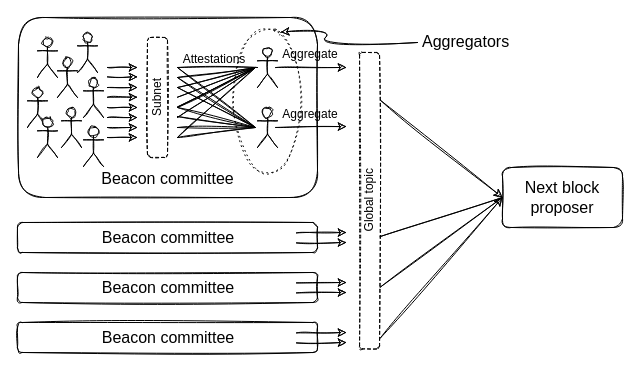
Above: src/diagrams/aggregators.drawio in benjaminion/upgrading-ethereum-book (draw.io), before the change. Source tidied: cells renumbered, new cells numbered last; positions are measured from the earlier drawing's top-left corner, leaving out a move shared by most shapes. Both pictures are drawn from the tidied source at 100%, with x=0, y=0 at pixel (17, 17).
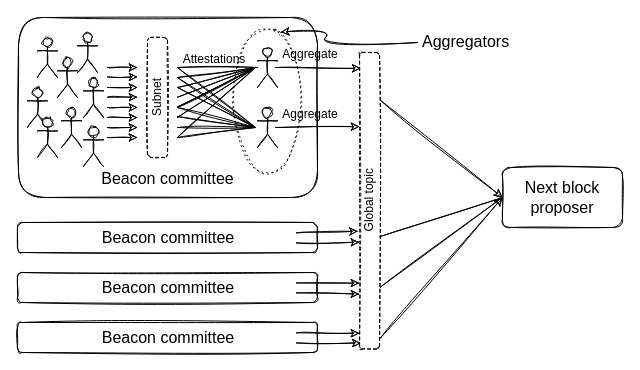
After the change.

Unchanged cells that the change refers to:
```xml
<mxCell id="3" style="rounded=1;whiteSpace=wrap;html=1;sketch=1;fillColor=none;" parent="1" vertex="1">
  <mxGeometry x="1" width="299" height="180" as="geometry" />
</mxCell>
<mxCell id="40" value="&lt;div&gt;&lt;font face=&quot;Gloria Hallelujah&quot;&gt;Global topic&lt;/font&gt;&lt;/div&gt;" style="rounded=1;whiteSpace=wrap;html=1;sketch=1;rotation=-90;dashed=1;" parent="1" vertex="1">
  <mxGeometry x="203.8" y="173.2" width="296.5" height="20" as="geometry" />
</mxCell>
```

Diff of the diagram source:
```diff
@@
-    <mxCell id="38" style="endArrow=classic;html=1;sketch=1;exitX=0.86;exitY=0.278;exitDx=0;exitDy=0;exitPerimeter=0;" parent="1" edge="1" source="3">
-      <mxGeometry relative="1" as="geometry">
-        <mxPoint x="329" y="50" as="targetPoint" />
-      </mxGeometry>
+    <mxCell id="38" style="endArrow=classic;html=1;sketch=1;exitX=0.86;exitY=0.278;exitDx=0;exitDy=0;exitPerimeter=0;entryX=0.946;entryY=0.062;entryDx=0;entryDy=0;entryPerimeter=0;" parent="1" edge="1" source="3" target="40">
+      <mxGeometry relative="1" as="geometry" />
     </mxCell>
-    <mxCell id="39" style="endArrow=classic;html=1;sketch=1;exitX=0.86;exitY=0.611;exitDx=0;exitDy=0;exitPerimeter=0;" parent="1" edge="1" source="3">
-      <mxGeometry relative="1" as="geometry">
-        <mxPoint x="329" y="109" as="targetPoint" />
-      </mxGeometry>
+    <mxCell id="39" style="endArrow=classic;html=1;sketch=1;exitX=0.86;exitY=0.611;exitDx=0;exitDy=0;exitPerimeter=0;entryX=0.75;entryY=0;entryDx=0;entryDy=0;" parent="1" edge="1" source="3" target="40">
+      <mxGeometry relative="1" as="geometry" />
     </mxCell>
@@
-    <mxCell id="44" style="endArrow=classic;html=1;sketch=1;" parent="1" edge="1">
+    <mxCell id="44" style="endArrow=classic;html=1;sketch=1;entryX=0.397;entryY=-0.076;entryDx=0;entryDy=0;entryPerimeter=0;" parent="1" edge="1" target="40">
       <mxGeometry relative="1" as="geometry">
         <mxPoint x="279" y="215.4" as="sourcePoint" />
-        <mxPoint x="329" y="215" as="targetPoint" />
       </mxGeometry>
     </mxCell>
-    <mxCell id="45" style="endArrow=classic;html=1;sketch=1;" parent="1" edge="1">
+    <mxCell id="45" style="endArrow=classic;html=1;sketch=1;entryX=0.36;entryY=-0.007;entryDx=0;entryDy=0;entryPerimeter=0;" parent="1" edge="1" target="40">
       <mxGeometry relative="1" as="geometry">
         <mxPoint x="279" y="225.4" as="sourcePoint" />
-        <mxPoint x="329" y="225" as="targetPoint" />
       </mxGeometry>
     </mxCell>
-    <mxCell id="46" style="endArrow=classic;html=1;sketch=1;" parent="1" edge="1">
+    <mxCell id="46" style="endArrow=classic;html=1;sketch=1;entryX=0.222;entryY=-0.007;entryDx=0;entryDy=0;entryPerimeter=0;" parent="1" edge="1" target="40">
       <mxGeometry relative="1" as="geometry">
         <mxPoint x="279" y="265.4" as="sourcePoint" />
-        <mxPoint x="329" y="265" as="targetPoint" />
       </mxGeometry>
     </mxCell>
-    <mxCell id="47" style="endArrow=classic;html=1;sketch=1;" parent="1" edge="1">
+    <mxCell id="47" style="endArrow=classic;html=1;sketch=1;entryX=0.185;entryY=-0.007;entryDx=0;entryDy=0;entryPerimeter=0;" parent="1" edge="1" target="40">
       <mxGeometry relative="1" as="geometry">
         <mxPoint x="279" y="275.4" as="sourcePoint" />
-        <mxPoint x="329" y="275" as="targetPoint" />
       </mxGeometry>
     </mxCell>
-    <mxCell id="48" style="endArrow=classic;html=1;sketch=1;" parent="1" edge="1">
+    <mxCell id="48" style="endArrow=classic;html=1;sketch=1;entryX=0.053;entryY=-0.007;entryDx=0;entryDy=0;entryPerimeter=0;" parent="1" edge="1" target="40">
       <mxGeometry relative="1" as="geometry">
         <mxPoint x="279" y="315.4" as="sourcePoint" />
-        <mxPoint x="329" y="315" as="targetPoint" />
       </mxGeometry>
     </mxCell>
-    <mxCell id="49" style="endArrow=classic;html=1;sketch=1;" parent="1" edge="1">
+    <mxCell id="49" style="endArrow=classic;html=1;sketch=1;entryX=0.02;entryY=0.062;entryDx=0;entryDy=0;entryPerimeter=0;" parent="1" edge="1" target="40">
       <mxGeometry relative="1" as="geometry">
         <mxPoint x="279" y="325.4" as="sourcePoint" />
-        <mxPoint x="329" y="325" as="targetPoint" />
       </mxGeometry>
     </mxCell>
```
